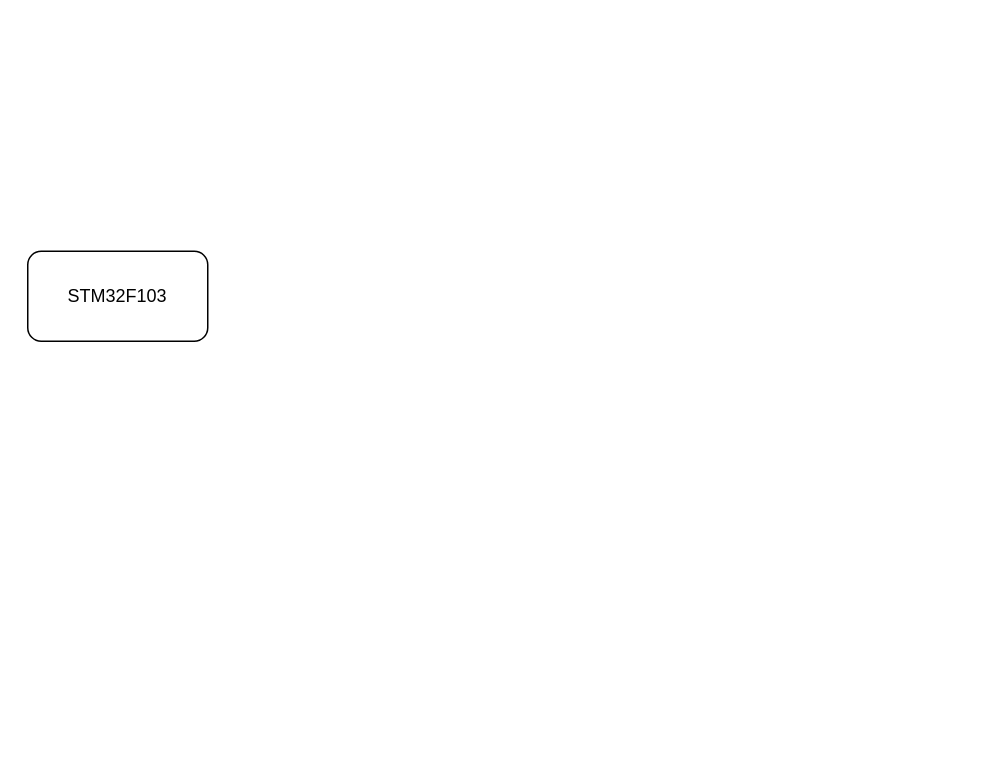
The draw.io diagram GPS-device.drawio in lukas0173/Draw.io, before the edit. Source tidied: cells renumbered, new cells numbered last; positions are measured from the earlier drawing's top-left corner, leaving out a move shared by most shapes. Both pictures are drawn from the tidied source at 150%, with x=0, y=0 at pixel (27, 250).
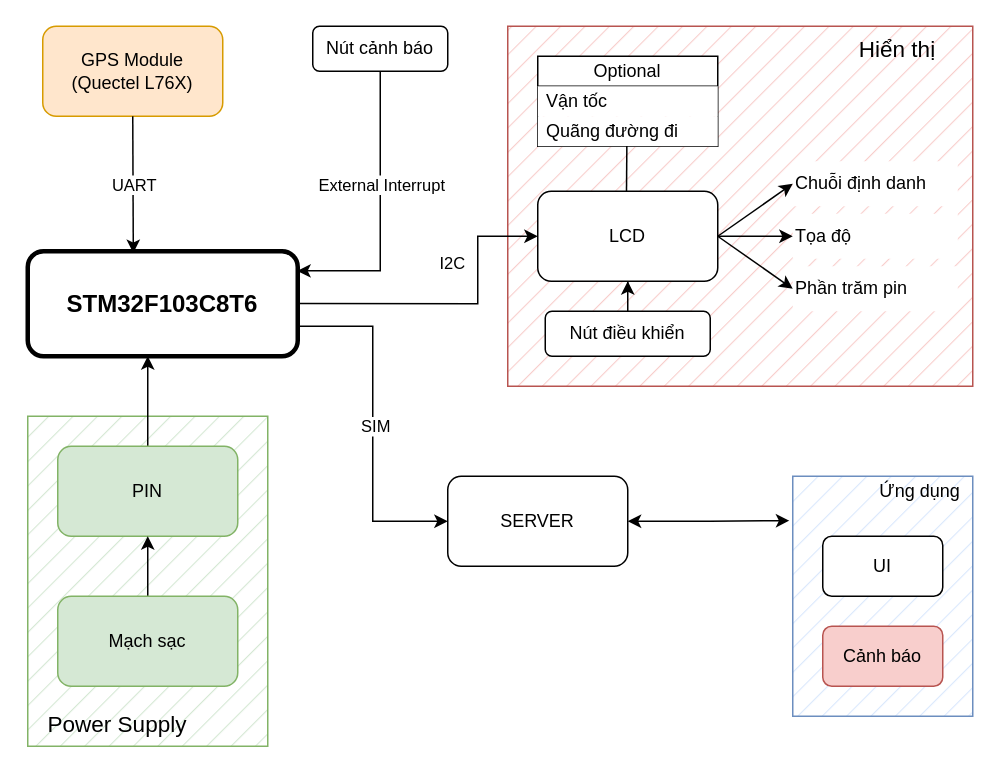
Above is the later version.

What changed in the source:
```diff
@@
+    <mxCell id="3" style="rounded=0;whiteSpace=wrap;html=1;fillColor=#dae8fc;strokeColor=#6c8ebf;fillStyle=hatch;" parent="1" vertex="1">
+      <mxGeometry x="510" y="150" width="120" height="160" as="geometry" />
+    </mxCell>
+    <mxCell id="4" style="rounded=0;whiteSpace=wrap;html=1;fillColor=#f8cecc;strokeColor=#b85450;fillStyle=hatch;" parent="1" vertex="1">
+      <mxGeometry x="320" y="-150" width="310" height="240" as="geometry" />
+    </mxCell>
+    <mxCell id="5" style="rounded=0;whiteSpace=wrap;html=1;fillColor=#d5e8d4;strokeColor=#82b366;fillStyle=hatch;" parent="1" vertex="1">
+      <mxGeometry y="110" width="160" height="220" as="geometry" />
+    </mxCell>
-    <mxCell id="2" value="STM32F103" style="rounded=1;whiteSpace=wrap;html=1;" parent="1" vertex="1">
-      <mxGeometry width="120" height="60" as="geometry" />
+    <mxCell id="2" value="&lt;font style=&quot;font-size: 16px;&quot;&gt;&lt;b style=&quot;font-size: 16px;&quot;&gt;STM32F103C8T6&lt;/b&gt;&lt;/font&gt;" style="rounded=1;whiteSpace=wrap;html=1;strokeWidth=3;fontSize=16;" parent="1" vertex="1">
+      <mxGeometry width="180" height="70" as="geometry" />
     </mxCell>
+    <mxCell id="6" value="&lt;div&gt;GPS Module&lt;/div&gt;&lt;div&gt;(Quectel L76X)&lt;br&gt;&lt;/div&gt;" style="rounded=1;whiteSpace=wrap;html=1;fillColor=#ffe6cc;strokeColor=#d79b00;" parent="1" vertex="1">
+      <mxGeometry x="10" y="-150" width="120" height="60" as="geometry" />
+    </mxCell>
+    <mxCell id="7" style="endArrow=classic;html=1;rounded=0;entryX=0.391;entryY=0.017;entryDx=0;entryDy=0;exitX=0.5;exitY=1;exitDx=0;exitDy=0;entryPerimeter=0;" parent="1" edge="1" source="6" target="2">
+      <mxGeometry relative="1" as="geometry" />
+    </mxCell>
+    <mxCell id="8" value="&lt;div&gt;UART&lt;/div&gt;" style="edgeLabel;html=1;align=center;verticalAlign=middle;" parent="7" vertex="1">
+      <mxGeometry relative="1" as="geometry" />
+    </mxCell>
+    <mxCell id="9" value="Nút cảnh báo" style="rounded=1;whiteSpace=wrap;html=1;" parent="1" vertex="1">
+      <mxGeometry x="190" y="-150" width="90" height="30" as="geometry" />
+    </mxCell>
+    <mxCell id="10" style="endArrow=classic;html=1;rounded=0;entryX=0.998;entryY=0.187;entryDx=0;entryDy=0;exitX=0.5;exitY=1;exitDx=0;exitDy=0;entryPerimeter=0;" parent="1" edge="1" source="9" target="2">
+      <mxGeometry relative="1" as="geometry">
+        <Array as="points">
+          <mxPoint x="235" y="13" />
+        </Array>
+      </mxGeometry>
+    </mxCell>
+    <mxCell id="11" value="External Interrupt" style="edgeLabel;html=1;align=center;verticalAlign=middle;" parent="10" vertex="1">
+      <mxGeometry relative="1" as="geometry">
+        <mxPoint y="-19" as="offset" />
+      </mxGeometry>
+    </mxCell>
+    <mxCell id="12" style="edgeStyle=orthogonalEdgeStyle;rounded=0;jettySize=auto;html=1;" parent="1" edge="1" source="13">
+      <mxGeometry relative="1" as="geometry">
+        <mxPoint x="80" y="70" as="targetPoint" />
+        <Array as="points">
+          <mxPoint x="80" y="70" />
+        </Array>
+      </mxGeometry>
+    </mxCell>
+    <mxCell id="13" value="PIN" style="rounded=1;whiteSpace=wrap;html=1;fillColor=#d5e8d4;strokeColor=#82b366;" parent="1" vertex="1">
+      <mxGeometry x="20" y="130" width="120" height="60" as="geometry" />
+    </mxCell>
+    <mxCell id="14" style="edgeStyle=orthogonalEdgeStyle;rounded=0;jettySize=auto;html=1;entryX=0.5;entryY=1;entryDx=0;entryDy=0;" parent="1" edge="1" source="15" target="13">
+      <mxGeometry relative="1" as="geometry" />
+    </mxCell>
+    <mxCell id="15" value="Mạch sạc " style="rounded=1;whiteSpace=wrap;html=1;fillColor=#d5e8d4;strokeColor=#82b366;" parent="1" vertex="1">
+      <mxGeometry x="20" y="230" width="120" height="60" as="geometry" />
+    </mxCell>
+    <mxCell id="16" value="&lt;div style=&quot;font-size: 15px;&quot;&gt;Power Supply &lt;br style=&quot;font-size: 15px;&quot;&gt;&lt;/div&gt;" style="text;html=1;align=center;verticalAlign=middle;whiteSpace=wrap;rounded=0;fontSize=15;fillColor=none;" parent="1" vertex="1">
+      <mxGeometry y="300" width="120" height="30" as="geometry" />
+    </mxCell>
+    <mxCell id="17" value="LCD" style="rounded=1;whiteSpace=wrap;html=1;fontSize=12;" parent="1" vertex="1">
+      <mxGeometry x="340" y="-40" width="120" height="60" as="geometry" />
+    </mxCell>
+    <mxCell id="18" style="endArrow=classic;html=1;rounded=0;entryX=0;entryY=0.5;entryDx=0;entryDy=0;" parent="1" edge="1" target="17">
+      <mxGeometry relative="1" as="geometry">
+        <mxPoint x="180" y="34.8" as="sourcePoint" />
+        <Array as="points">
+          <mxPoint x="300" y="35" />
+          <mxPoint x="300" y="-10" />
+        </Array>
+      </mxGeometry>
+    </mxCell>
+    <mxCell id="19" value="I2C" style="edgeLabel;html=1;align=center;verticalAlign=middle;" parent="18" vertex="1">
+      <mxGeometry relative="1" as="geometry">
+        <mxPoint y="-27" as="offset" />
+      </mxGeometry>
+    </mxCell>
+    <mxCell id="20" value="Chuỗi định danh " style="text;html=1;align=left;verticalAlign=middle;whiteSpace=wrap;rounded=0;fillColor=default;" parent="1" vertex="1">
+      <mxGeometry x="510" y="-60" width="110" height="30" as="geometry" />
+    </mxCell>
+    <mxCell id="21" value="Tọa độ " style="text;html=1;align=left;verticalAlign=middle;whiteSpace=wrap;rounded=0;fillColor=default;" parent="1" vertex="1">
+      <mxGeometry x="510" y="-25" width="110" height="30" as="geometry" />
+    </mxCell>
+    <mxCell id="22" value="Phần trăm pin " style="text;html=1;align=left;verticalAlign=middle;whiteSpace=wrap;rounded=0;fillColor=default;" parent="1" vertex="1">
+      <mxGeometry x="510" y="10" width="110" height="30" as="geometry" />
+    </mxCell>
+    <mxCell id="23" style="endArrow=classic;html=1;rounded=0;entryX=0;entryY=0.5;entryDx=0;entryDy=0;" parent="1" edge="1" target="20">
+      <mxGeometry relative="1" as="geometry">
+        <mxPoint x="460" y="-10" as="sourcePoint" />
+      </mxGeometry>
+    </mxCell>
+    <mxCell id="24" style="endArrow=classic;html=1;rounded=0;entryX=0;entryY=0.5;entryDx=0;entryDy=0;exitX=1;exitY=0.5;exitDx=0;exitDy=0;" parent="1" edge="1" source="17" target="21">
+      <mxGeometry relative="1" as="geometry" />
+    </mxCell>
+    <mxCell id="25" style="endArrow=classic;html=1;rounded=0;entryX=0;entryY=0.5;entryDx=0;entryDy=0;exitX=1;exitY=0.5;exitDx=0;exitDy=0;" parent="1" edge="1" source="17" target="22">
+      <mxGeometry relative="1" as="geometry" />
+    </mxCell>
+    <mxCell id="26" value="Optional " style="swimlane;fontStyle=0;horizontal=1;startSize=20;whiteSpace=wrap;html=1;" parent="1" vertex="1">
+      <mxGeometry x="340" y="-130" width="120" height="60" as="geometry" />
+    </mxCell>
+    <mxCell id="27" value="&lt;div&gt;Vận tốc &lt;br&gt;&lt;/div&gt;" style="text;strokeColor=none;fillColor=default;align=left;verticalAlign=middle;spacingLeft=4;spacingRight=4;overflow=hidden;whiteSpace=wrap;html=1;" parent="26" vertex="1">
+      <mxGeometry y="20" width="120" height="20" as="geometry" />
+    </mxCell>
+    <mxCell id="28" value="Quãng đường đi " style="text;strokeColor=none;fillColor=default;align=left;verticalAlign=middle;spacingLeft=4;spacingRight=4;overflow=hidden;points=[[0,0.5],[1,0.5]];portConstraint=eastwest;whiteSpace=wrap;html=1;" parent="26" vertex="1">
+      <mxGeometry y="40" width="120" height="20" as="geometry" />
+    </mxCell>
+    <mxCell id="29" style="edgeStyle=orthogonalEdgeStyle;rounded=0;jettySize=auto;html=1;entryX=0.495;entryY=0.993;entryDx=0;entryDy=0;entryPerimeter=0;endArrow=none;endFill=0;exitX=0.493;exitY=0.003;exitDx=0;exitDy=0;exitPerimeter=0;" parent="1" edge="1" source="17" target="28">
+      <mxGeometry relative="1" as="geometry" />
+    </mxCell>
+    <mxCell id="30" style="edgeStyle=orthogonalEdgeStyle;rounded=0;jettySize=auto;html=1;entryX=0.5;entryY=1;entryDx=0;entryDy=0;" parent="1" edge="1" source="31" target="17">
+      <mxGeometry relative="1" as="geometry" />
+    </mxCell>
+    <mxCell id="31" value="Nút điều khiển " style="rounded=1;whiteSpace=wrap;html=1;" parent="1" vertex="1">
+      <mxGeometry x="345" y="40" width="110" height="30" as="geometry" />
+    </mxCell>
+    <mxCell id="32" value="Hiển thị " style="text;html=1;align=center;verticalAlign=middle;whiteSpace=wrap;rounded=0;fontSize=15;fillColor=none;" parent="1" vertex="1">
+      <mxGeometry x="530" y="-150" width="100" height="30" as="geometry" />
+    </mxCell>
+    <mxCell id="33" value="SERVER " style="rounded=1;whiteSpace=wrap;html=1;" parent="1" vertex="1">
+      <mxGeometry x="280" y="150" width="120" height="60" as="geometry" />
+    </mxCell>
+    <mxCell id="34" style="endArrow=classic;html=1;rounded=0;entryX=0;entryY=0.5;entryDx=0;entryDy=0;" parent="1" edge="1" target="33">
+      <mxGeometry relative="1" as="geometry">
+        <mxPoint x="180" y="50" as="sourcePoint" />
+        <Array as="points">
+          <mxPoint x="230" y="50" />
+          <mxPoint x="230" y="180" />
+        </Array>
+      </mxGeometry>
+    </mxCell>
+    <mxCell id="35" value="&lt;div&gt;SIM&lt;/div&gt;" style="edgeLabel;html=1;align=center;verticalAlign=middle;" parent="34" vertex="1">
+      <mxGeometry x="0.01" y="1" relative="1" as="geometry" />
+    </mxCell>
+    <mxCell id="36" value="UI" style="rounded=1;whiteSpace=wrap;html=1;" parent="1" vertex="1">
+      <mxGeometry x="530" y="190" width="80" height="40" as="geometry" />
+    </mxCell>
+    <mxCell id="37" value="Cảnh báo " style="rounded=1;whiteSpace=wrap;html=1;fillColor=#f8cecc;strokeColor=#b85450;" parent="1" vertex="1">
+      <mxGeometry x="530" y="250" width="80" height="40" as="geometry" />
+    </mxCell>
+    <mxCell id="38" value="Ứng dụng " style="text;html=1;align=center;verticalAlign=middle;whiteSpace=wrap;rounded=0;" parent="1" vertex="1">
+      <mxGeometry x="560" y="150" width="70" height="20" as="geometry" />
+    </mxCell>
+    <mxCell id="39" style="edgeStyle=orthogonalEdgeStyle;rounded=0;jettySize=auto;html=1;entryX=-0.019;entryY=0.185;entryDx=0;entryDy=0;entryPerimeter=0;startArrow=classic;startFill=1;" parent="1" edge="1" source="33" target="3">
+      <mxGeometry relative="1" as="geometry" />
+    </mxCell>
```
